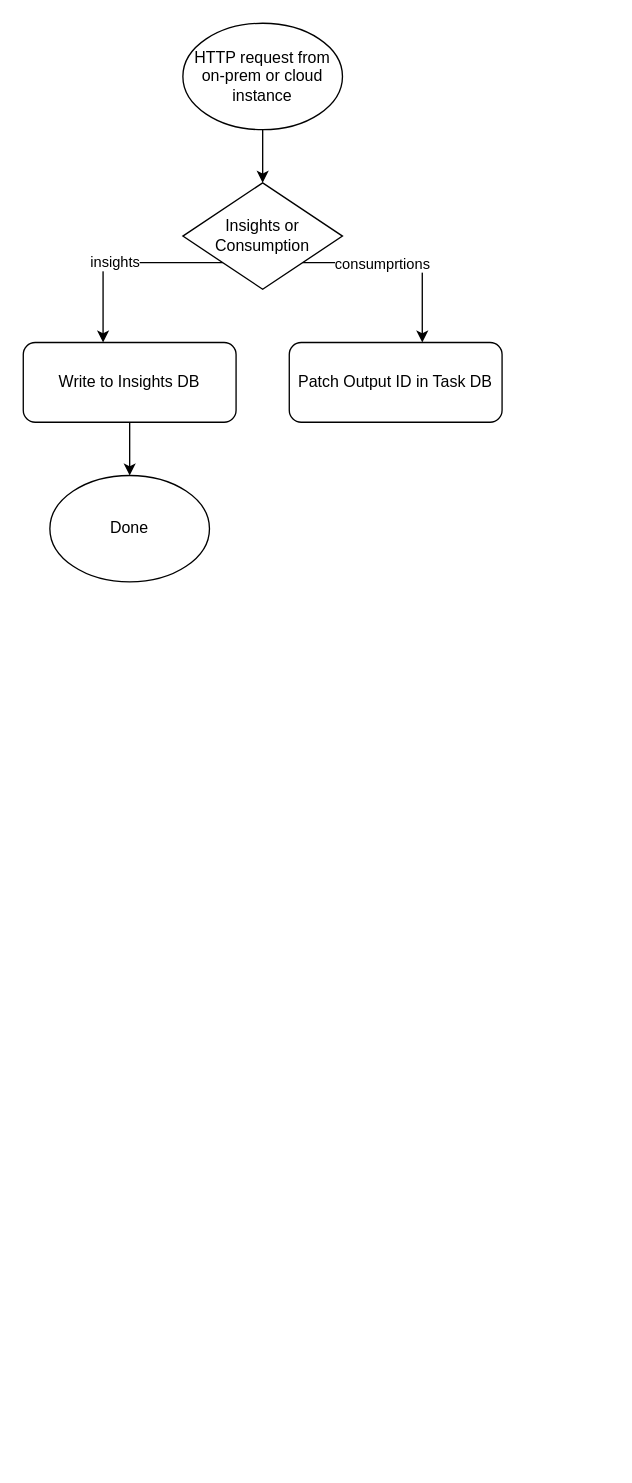
fredyeah/diagrams keeps this draw.io diagram as functions-flowchart.drawio. Above is the earlier version. Source tidied: cells renumbered, new cells numbered last; positions are measured from the earlier drawing's top-left corner, leaving out a move shared by most shapes. Both pictures are drawn from the tidied source at 133%, with x=0, y=0 at pixel (23, 23).
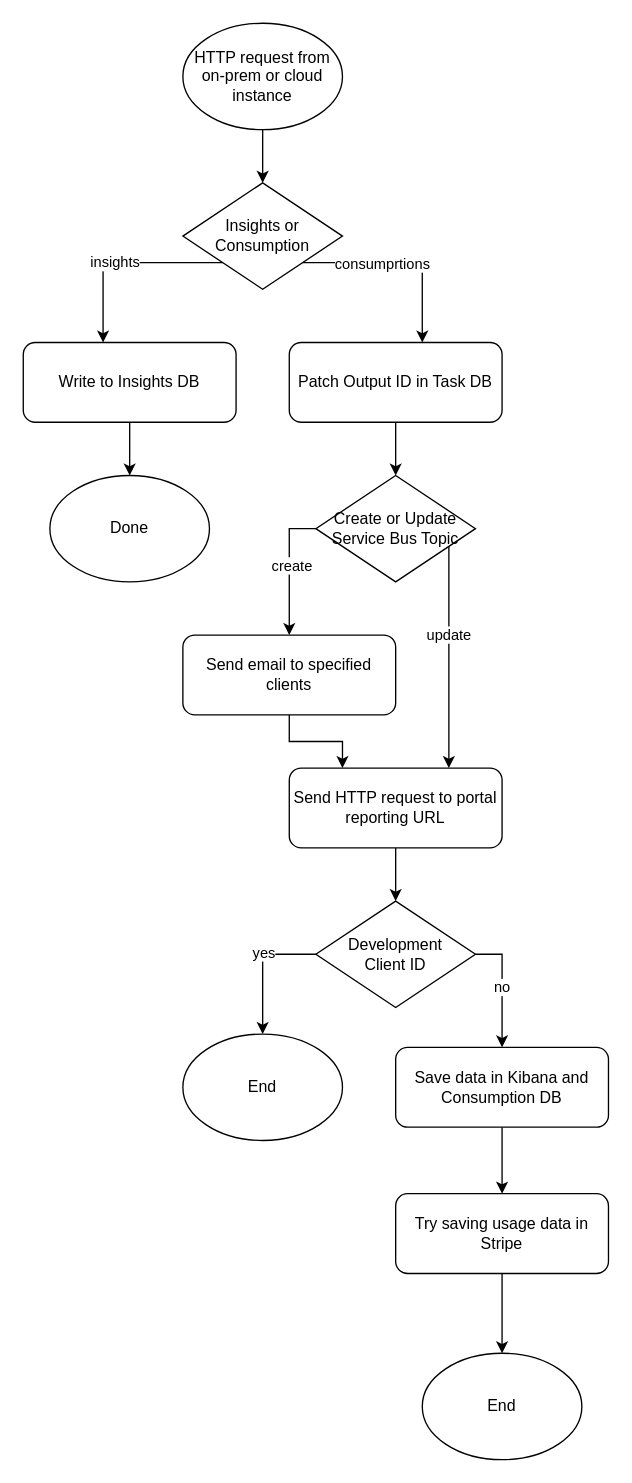
The same page after the edit.

Unchanged cells that the change refers to:
```xml
<mxCell id="11" value="Patch Output ID in Task DB" style="rounded=1;whiteSpace=wrap;html=1;" parent="1" vertex="1">
  <mxGeometry x="200" y="240" width="160" height="60" as="geometry" />
</mxCell>
```

Diff of the diagram source:
```diff
@@
+    <mxCell id="13" style="edgeStyle=orthogonalEdgeStyle;rounded=0;jettySize=auto;html=1;entryX=0.5;entryY=0;entryDx=0;entryDy=0;" parent="1" edge="1" source="11" target="18">
+      <mxGeometry relative="1" as="geometry" />
+    </mxCell>
@@
+    <mxCell id="14" style="edgeStyle=orthogonalEdgeStyle;rounded=0;jettySize=auto;html=1;entryX=0.75;entryY=0;entryDx=0;entryDy=0;" parent="1" edge="1" source="18" target="20">
+      <mxGeometry relative="1" as="geometry">
+        <Array as="points">
+          <mxPoint x="300" y="410" />
+          <mxPoint x="300" y="410" />
+        </Array>
+      </mxGeometry>
+    </mxCell>
+    <mxCell id="15" value="update" style="edgeLabel;html=1;align=center;verticalAlign=middle;" parent="14" vertex="1">
+      <mxGeometry x="-0.22" y="-1" relative="1" as="geometry">
+        <mxPoint y="1" as="offset" />
+      </mxGeometry>
+    </mxCell>
+    <mxCell id="16" style="edgeStyle=orthogonalEdgeStyle;rounded=0;jettySize=auto;html=1;entryX=0.5;entryY=0;entryDx=0;entryDy=0;" parent="1" edge="1" source="18" target="22">
+      <mxGeometry relative="1" as="geometry">
+        <Array as="points">
+          <mxPoint x="200" y="380" />
+        </Array>
+      </mxGeometry>
+    </mxCell>
+    <mxCell id="17" value="create" style="edgeLabel;html=1;align=center;verticalAlign=middle;" parent="16" vertex="1">
+      <mxGeometry x="-0.07" y="1" relative="1" as="geometry" />
+    </mxCell>
+    <mxCell id="18" value="Create or Update&lt;br&gt;Service Bus Topic" style="rhombus;whiteSpace=wrap;html=1;" parent="1" vertex="1">
+      <mxGeometry x="220" y="340" width="120" height="80" as="geometry" />
+    </mxCell>
+    <mxCell id="19" style="edgeStyle=orthogonalEdgeStyle;rounded=0;jettySize=auto;html=1;entryX=0.5;entryY=0;entryDx=0;entryDy=0;" parent="1" edge="1" source="20" target="28">
+      <mxGeometry relative="1" as="geometry" />
+    </mxCell>
+    <mxCell id="20" value="Send HTTP request to portal reporting URL" style="rounded=1;whiteSpace=wrap;html=1;" parent="1" vertex="1">
+      <mxGeometry x="200" y="560" width="160" height="60" as="geometry" />
+    </mxCell>
+    <mxCell id="21" style="edgeStyle=orthogonalEdgeStyle;rounded=0;jettySize=auto;html=1;entryX=0.25;entryY=0;entryDx=0;entryDy=0;" parent="1" edge="1" source="22" target="20">
+      <mxGeometry relative="1" as="geometry" />
+    </mxCell>
+    <mxCell id="22" value="Send email to specified clients" style="rounded=1;whiteSpace=wrap;html=1;" parent="1" vertex="1">
+      <mxGeometry x="120" y="460" width="160" height="60" as="geometry" />
+    </mxCell>
+    <mxCell id="23" style="edgeStyle=orthogonalEdgeStyle;rounded=0;jettySize=auto;html=1;entryX=0.5;entryY=0;entryDx=0;entryDy=0;" parent="1" edge="1" source="24" target="31">
+      <mxGeometry relative="1" as="geometry" />
+    </mxCell>
+    <mxCell id="24" value="Save data in Kibana and Consumption DB" style="rounded=1;whiteSpace=wrap;html=1;" parent="1" vertex="1">
+      <mxGeometry x="280" y="770" width="160" height="60" as="geometry" />
+    </mxCell>
+    <mxCell id="25" style="edgeStyle=orthogonalEdgeStyle;rounded=0;jettySize=auto;html=1;entryX=0.5;entryY=0;entryDx=0;entryDy=0;" parent="1" edge="1" source="28" target="29">
+      <mxGeometry relative="1" as="geometry">
+        <Array as="points">
+          <mxPoint x="180" y="700" />
+        </Array>
+      </mxGeometry>
+    </mxCell>
+    <mxCell id="26" value="yes" style="edgeLabel;html=1;align=center;verticalAlign=middle;" parent="25" vertex="1">
+      <mxGeometry x="-0.2" y="-2" relative="1" as="geometry">
+        <mxPoint x="2" y="-2" as="offset" />
+      </mxGeometry>
+    </mxCell>
+    <mxCell id="27" value="no" style="edgeStyle=orthogonalEdgeStyle;rounded=0;jettySize=auto;html=1;" parent="1" edge="1" source="28" target="24">
+      <mxGeometry relative="1" as="geometry">
+        <Array as="points">
+          <mxPoint x="360" y="700" />
+        </Array>
+      </mxGeometry>
+    </mxCell>
+    <mxCell id="28" value="Development &lt;br&gt;Client ID" style="rhombus;whiteSpace=wrap;html=1;" parent="1" vertex="1">
+      <mxGeometry x="220" y="660" width="120" height="80" as="geometry" />
+    </mxCell>
+    <mxCell id="29" value="End" style="ellipse;whiteSpace=wrap;html=1;" parent="1" vertex="1">
+      <mxGeometry x="120" y="760" width="120" height="80" as="geometry" />
+    </mxCell>
+    <mxCell id="30" style="edgeStyle=orthogonalEdgeStyle;rounded=0;jettySize=auto;html=1;entryX=0.5;entryY=0;entryDx=0;entryDy=0;" parent="1" edge="1" source="31" target="32">
+      <mxGeometry relative="1" as="geometry" />
+    </mxCell>
+    <mxCell id="31" value="Try saving usage data in Stripe" style="rounded=1;whiteSpace=wrap;html=1;" parent="1" vertex="1">
+      <mxGeometry x="280" y="880" width="160" height="60" as="geometry" />
+    </mxCell>
+    <mxCell id="32" value="End" style="ellipse;whiteSpace=wrap;html=1;" parent="1" vertex="1">
+      <mxGeometry x="300" y="1000" width="120" height="80" as="geometry" />
+    </mxCell>
```
